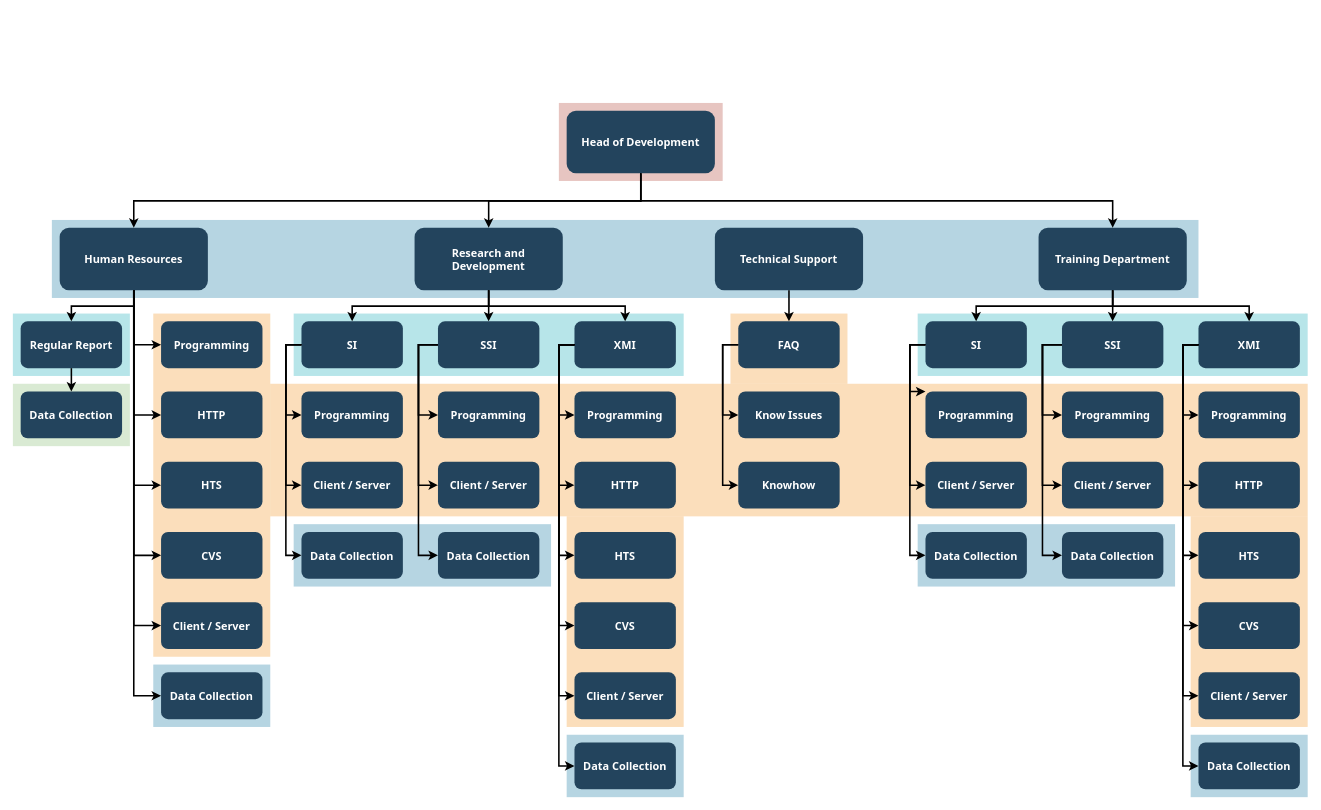
Earlier version of the draw.io diagram Untitled Diagram.drawio (elprs/BlogLab). Source tidied: cells renumbered, new cells numbered last; positions are measured from the earlier drawing's top-left corner, leaving out a move shared by most shapes. Both pictures are drawn from the tidied source at 78%, with x=0, y=0 at pixel (12, 103).
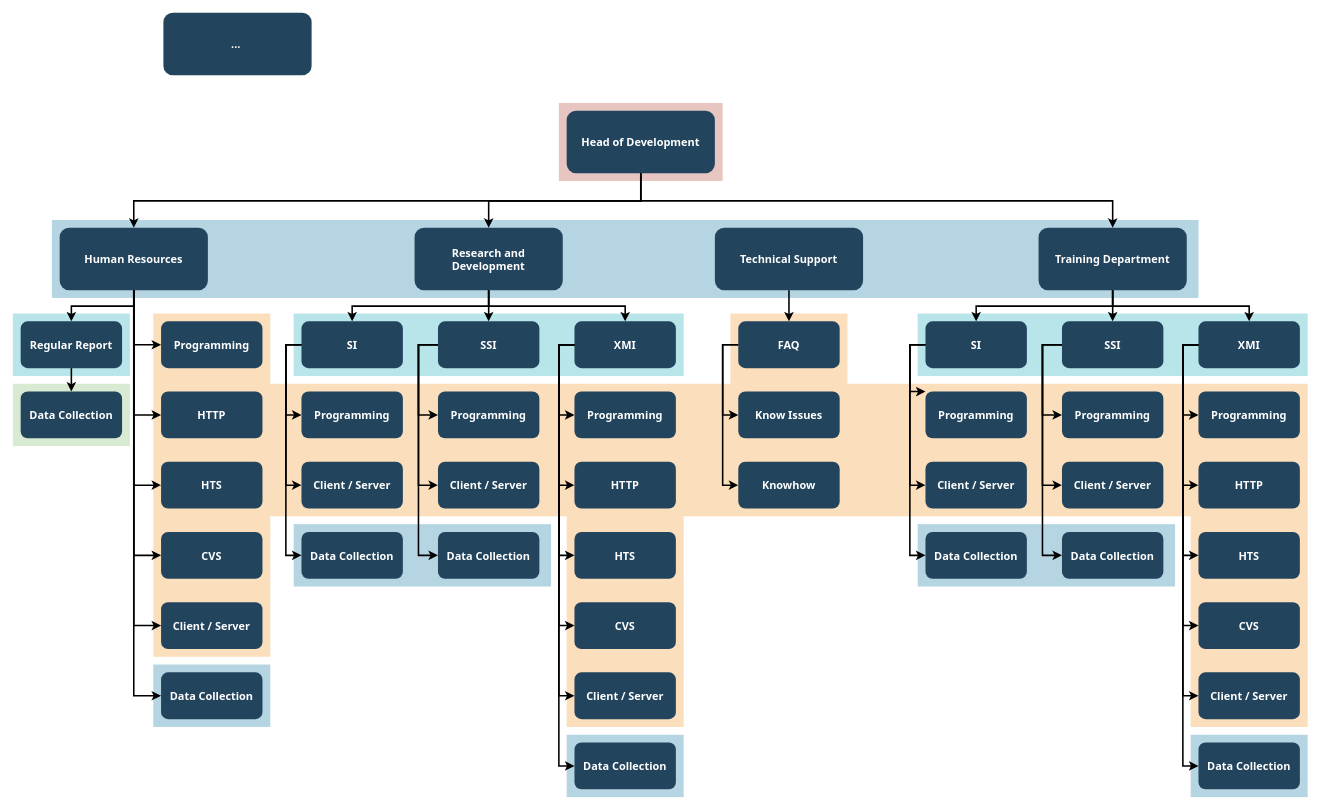
After the change.

What changed in the source:
```diff
@@
+    <mxCell id="108" value="... " style="rounded=1;fillColor=#23445D;gradientColor=none;strokeColor=none;fontColor=#FFFFFF;fontStyle=1;fontFamily=Tahoma;fontSize=14;" parent="1" vertex="1">
+      <mxGeometry x="193" y="-116" width="190" height="80" as="geometry" />
+    </mxCell>
```
